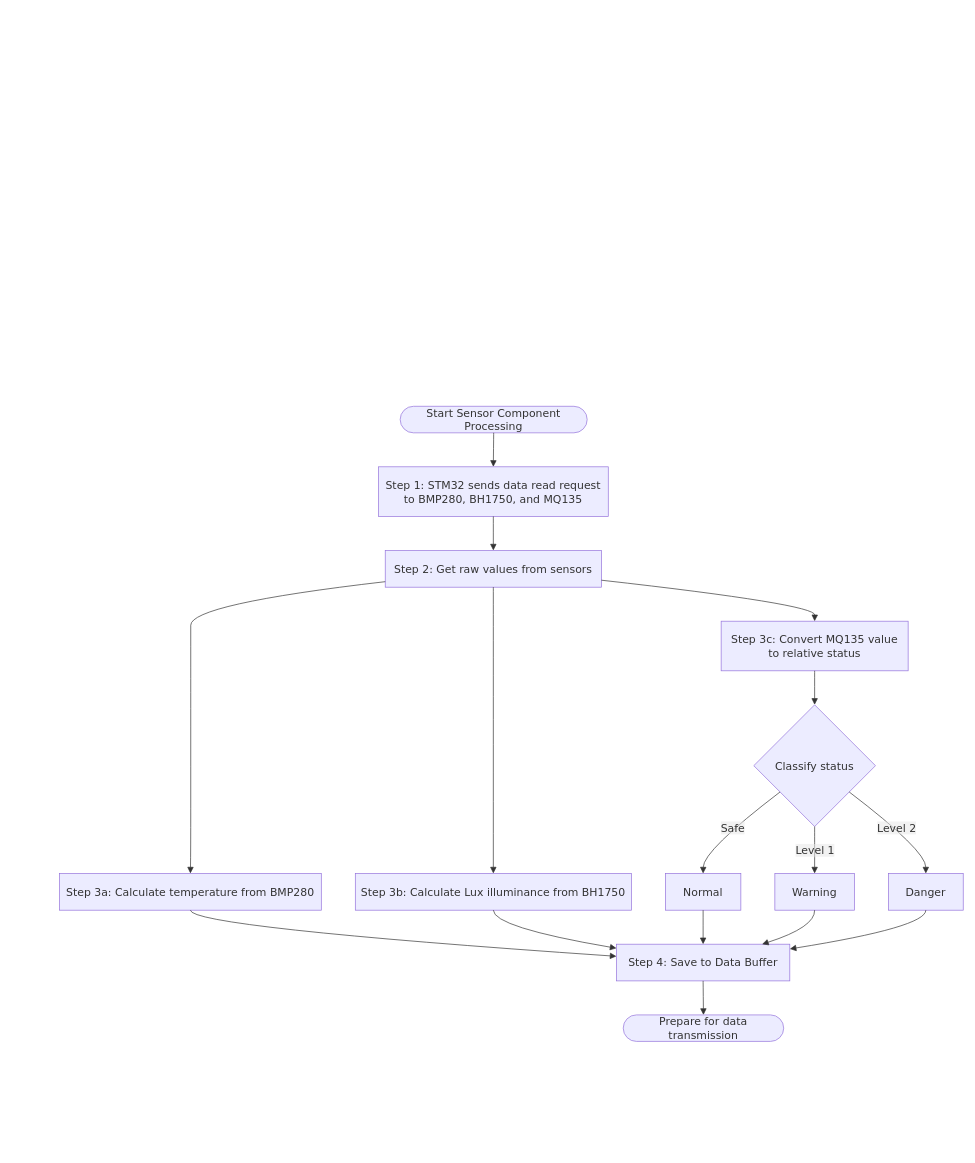
This is docs/architecture/stm32-module.drawio from jostran1406/Phase_2_Group_11, a draw.io file, before an edit. Source tidied: cells renumbered, new cells numbered last; positions are measured from the earlier drawing's top-left corner, leaving out a move shared by most shapes. Both pictures are drawn from the tidied source at 68%, with x=0, y=0 at pixel (12, 12).
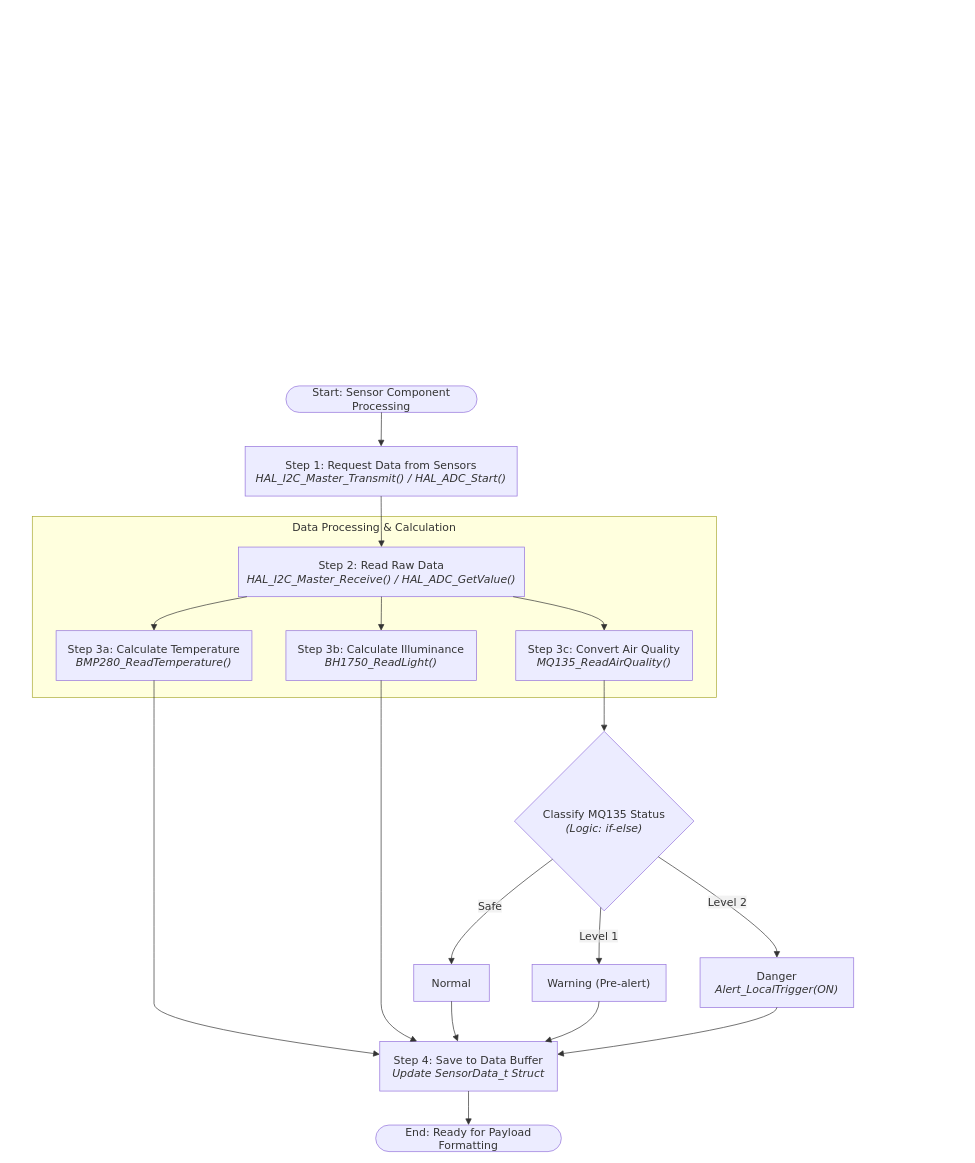
Above is the later version.

The change refers to these unchanged cells:
```xml
<mxCell id="2" style="group;transparentBounds=1;editIcon=1;lockedGroup=0;groupPadding=10;" parent="1" vertex="1">
  <mxGeometry as="geometry" />
</mxCell>
```

Change to the diagram source:
```diff
@@
-    <mxCell id="3" value="Start Sensor Component Processing" style="html=1;rounded=1;whiteSpace=wrap;arcSize=50;strokeWidth=1;fillColor=light-dark(#ECECFF,#1f2020);strokeColor=light-dark(#9370DB,#cccccc);fontColor=light-dark(#333333,#cccccc);fontFamily=Trebuchet MS,Verdana,Arial,sans-serif;fontSize=16;" parent="2" vertex="1">
-      <mxGeometry x="571" y="580" width="275" height="39" as="geometry" />
-    </mxCell>
-    <mxCell id="4" value="Step 1: STM32 sends data read request&#10;to BMP280, BH1750, and MQ135" style="html=1;whiteSpace=wrap;strokeWidth=1;fillColor=light-dark(#ECECFF,#1f2020);strokeColor=light-dark(#9370DB,#cccccc);fontColor=light-dark(#333333,#cccccc);fontFamily=Trebuchet MS,Verdana,Arial,sans-serif;fontSize=16;" parent="2" vertex="1">
-      <mxGeometry x="539" y="669" width="338" height="73" as="geometry" />
-    </mxCell>
-    <mxCell id="5" value="Step 2: Get raw values from sensors" style="html=1;whiteSpace=wrap;strokeWidth=1;fillColor=light-dark(#ECECFF,#1f2020);strokeColor=light-dark(#9370DB,#cccccc);fontColor=light-dark(#333333,#cccccc);fontFamily=Trebuchet MS,Verdana,Arial,sans-serif;fontSize=16;" parent="2" vertex="1">
-      <mxGeometry x="549" y="792" width="318" height="54" as="geometry" />
-    </mxCell>
-    <mxCell id="6" value="Step 3a: Calculate temperature from BMP280" style="html=1;whiteSpace=wrap;strokeWidth=1;fillColor=light-dark(#ECECFF,#1f2020);strokeColor=light-dark(#9370DB,#cccccc);fontColor=light-dark(#333333,#cccccc);fontFamily=Trebuchet MS,Verdana,Arial,sans-serif;fontSize=16;" parent="2" vertex="1">
-      <mxGeometry x="70" y="1267" width="385" height="54" as="geometry" />
-    </mxCell>
-    <mxCell id="7" value="Step 3b: Calculate Lux illuminance from BH1750" style="html=1;whiteSpace=wrap;strokeWidth=1;fillColor=light-dark(#ECECFF,#1f2020);strokeColor=light-dark(#9370DB,#cccccc);fontColor=light-dark(#333333,#cccccc);fontFamily=Trebuchet MS,Verdana,Arial,sans-serif;fontSize=16;" parent="2" vertex="1">
-      <mxGeometry x="505" y="1267" width="406" height="54" as="geometry" />
-    </mxCell>
-    <mxCell id="8" value="Step 3c: Convert MQ135 value&#10;to relative status" style="html=1;whiteSpace=wrap;strokeWidth=1;fillColor=light-dark(#ECECFF,#1f2020);strokeColor=light-dark(#9370DB,#cccccc);fontColor=light-dark(#333333,#cccccc);fontFamily=Trebuchet MS,Verdana,Arial,sans-serif;fontSize=16;" parent="2" vertex="1">
-      <mxGeometry x="1043" y="896" width="275" height="73" as="geometry" />
-    </mxCell>
-    <mxCell id="9" value="Classify status" style="rhombus;html=1;strokeWidth=1;whiteSpace=wrap;fillColor=light-dark(#ECECFF,#1f2020);strokeColor=light-dark(#9370DB,#cccccc);fontColor=light-dark(#333333,#cccccc);fontFamily=Trebuchet MS,Verdana,Arial,sans-serif;fontSize=16;" parent="2" vertex="1">
-      <mxGeometry x="1091" y="1019" width="179" height="179" as="geometry" />
-    </mxCell>
+    <mxCell id="30" value="Data Processing &amp; Calculation" style="html=1;whiteSpace=wrap;strokeWidth=1;verticalAlign=top;fillColor=light-dark(#ffffde,#1f2020);strokeColor=light-dark(#aaaa33,#cccccc);fontColor=light-dark(#333333,#cccccc);fontFamily=Trebuchet MS,Verdana,Arial,sans-serif;fontSize=16;" parent="2" vertex="1">
+      <mxGeometry x="30" y="742" width="1006" height="266" as="geometry" />
+    </mxCell>
+    <mxCell id="31" value="Step 2: Read Raw Data&#10;&lt;i&gt;HAL_I2C_Master_Receive() / HAL_ADC_GetValue()&lt;/i&gt;" style="html=1;whiteSpace=wrap;strokeWidth=1;fillColor=light-dark(#ECECFF,#1f2020);strokeColor=light-dark(#9370DB,#cccccc);fontColor=light-dark(#333333,#cccccc);fontFamily=Trebuchet MS,Verdana,Arial,sans-serif;fontSize=16;" parent="30" vertex="1">
+      <mxGeometry x="303" y="45" width="421" height="73" as="geometry" />
+    </mxCell>
+    <mxCell id="32" value="Step 3a: Calculate Temperature&#10;&lt;i&gt;BMP280_ReadTemperature()&lt;/i&gt;" style="html=1;whiteSpace=wrap;strokeWidth=1;fillColor=light-dark(#ECECFF,#1f2020);strokeColor=light-dark(#9370DB,#cccccc);fontColor=light-dark(#333333,#cccccc);fontFamily=Trebuchet MS,Verdana,Arial,sans-serif;fontSize=16;" parent="30" vertex="1">
+      <mxGeometry x="35" y="168" width="288" height="73" as="geometry" />
+    </mxCell>
+    <mxCell id="33" value="Step 3b: Calculate Illuminance&#10;&lt;i&gt;BH1750_ReadLight()&lt;/i&gt;" style="html=1;whiteSpace=wrap;strokeWidth=1;fillColor=light-dark(#ECECFF,#1f2020);strokeColor=light-dark(#9370DB,#cccccc);fontColor=light-dark(#333333,#cccccc);fontFamily=Trebuchet MS,Verdana,Arial,sans-serif;fontSize=16;" parent="30" vertex="1">
+      <mxGeometry x="373" y="168" width="280" height="73" as="geometry" />
+    </mxCell>
+    <mxCell id="34" value="Step 3c: Convert Air Quality&#10;&lt;i&gt;MQ135_ReadAirQuality()&lt;/i&gt;" style="html=1;whiteSpace=wrap;strokeWidth=1;fillColor=light-dark(#ECECFF,#1f2020);strokeColor=light-dark(#9370DB,#cccccc);fontColor=light-dark(#333333,#cccccc);fontFamily=Trebuchet MS,Verdana,Arial,sans-serif;fontSize=16;" parent="30" vertex="1">
+      <mxGeometry x="711" y="168" width="260" height="73" as="geometry" />
+    </mxCell>
+    <mxCell id="35" style="curved=1;startArrow=none;endArrow=block;endSize=7;strokeColor=light-dark(#333333,#cccccc);exitX=0.03;exitY=1;entryX=0.5;entryY=0;rounded=0;" parent="30" edge="1" source="31" target="32">
+      <mxGeometry relative="1" as="geometry">
+        <Array as="points">
+          <mxPoint x="179" y="143" />
+        </Array>
+      </mxGeometry>
+    </mxCell>
+    <mxCell id="36" style="curved=1;startArrow=none;endArrow=block;endSize=7;strokeColor=light-dark(#333333,#cccccc);exitX=0.5;exitY=1;entryX=0.5;entryY=0;rounded=0;" parent="30" edge="1" source="31" target="33">
+      <mxGeometry relative="1" as="geometry" />
+    </mxCell>
+    <mxCell id="37" style="curved=1;startArrow=none;endArrow=block;endSize=7;strokeColor=light-dark(#333333,#cccccc);exitX=0.96;exitY=1;entryX=0.5;entryY=0;rounded=0;" parent="30" edge="1" source="31" target="34">
+      <mxGeometry relative="1" as="geometry">
+        <Array as="points">
+          <mxPoint x="841" y="143" />
+        </Array>
+      </mxGeometry>
+    </mxCell>
+    <mxCell id="38" value="Start: Sensor Component Processing" style="html=1;rounded=1;whiteSpace=wrap;arcSize=50;strokeWidth=1;fillColor=light-dark(#ECECFF,#1f2020);strokeColor=light-dark(#9370DB,#cccccc);fontColor=light-dark(#333333,#cccccc);fontFamily=Trebuchet MS,Verdana,Arial,sans-serif;fontSize=16;" parent="2" vertex="1">
+      <mxGeometry x="403" y="550" width="281" height="39" as="geometry" />
+    </mxCell>
+    <mxCell id="39" value="Step 1: Request Data from Sensors&#10;&lt;i&gt;HAL_I2C_Master_Transmit() / HAL_ADC_Start()&lt;/i&gt;" style="html=1;whiteSpace=wrap;strokeWidth=1;fillColor=light-dark(#ECECFF,#1f2020);strokeColor=light-dark(#9370DB,#cccccc);fontColor=light-dark(#333333,#cccccc);fontFamily=Trebuchet MS,Verdana,Arial,sans-serif;fontSize=16;" parent="2" vertex="1">
+      <mxGeometry x="343" y="639" width="400" height="73" as="geometry" />
+    </mxCell>
+    <mxCell id="40" value="Classify MQ135 Status&#10;&lt;i&gt;(Logic: if-else)&lt;/i&gt;" style="rhombus;html=1;strokeWidth=1;whiteSpace=wrap;fillColor=light-dark(#ECECFF,#1f2020);strokeColor=light-dark(#9370DB,#cccccc);fontColor=light-dark(#333333,#cccccc);fontFamily=Trebuchet MS,Verdana,Arial,sans-serif;fontSize=16;" parent="2" vertex="1">
+      <mxGeometry x="739" y="1058" width="264" height="264" as="geometry" />
+    </mxCell>
     <mxCell id="10" value="Normal" style="html=1;whiteSpace=wrap;strokeWidth=1;fillColor=light-dark(#ECECFF,#1f2020);strokeColor=light-dark(#9370DB,#cccccc);fontColor=light-dark(#333333,#cccccc);fontFamily=Trebuchet MS,Verdana,Arial,sans-serif;fontSize=16;" parent="2" vertex="1">
-      <mxGeometry x="961" y="1267" width="111" height="54" as="geometry" />
+      <mxGeometry x="591" y="1401" width="111" height="54" as="geometry" />
     </mxCell>
-    <mxCell id="11" value="Warning" style="html=1;whiteSpace=wrap;strokeWidth=1;fillColor=light-dark(#ECECFF,#1f2020);strokeColor=light-dark(#9370DB,#cccccc);fontColor=light-dark(#333333,#cccccc);fontFamily=Trebuchet MS,Verdana,Arial,sans-serif;fontSize=16;" parent="2" vertex="1">
-      <mxGeometry x="1122" y="1267" width="117" height="54" as="geometry" />
-    </mxCell>
-    <mxCell id="12" value="Danger" style="html=1;whiteSpace=wrap;strokeWidth=1;fillColor=light-dark(#ECECFF,#1f2020);strokeColor=light-dark(#9370DB,#cccccc);fontColor=light-dark(#333333,#cccccc);fontFamily=Trebuchet MS,Verdana,Arial,sans-serif;fontSize=16;" parent="2" vertex="1">
-      <mxGeometry x="1289" y="1267" width="110" height="54" as="geometry" />
-    </mxCell>
-    <mxCell id="13" value="Step 4: Save to Data Buffer" style="html=1;whiteSpace=wrap;strokeWidth=1;fillColor=light-dark(#ECECFF,#1f2020);strokeColor=light-dark(#9370DB,#cccccc);fontColor=light-dark(#333333,#cccccc);fontFamily=Trebuchet MS,Verdana,Arial,sans-serif;fontSize=16;" parent="2" vertex="1">
-      <mxGeometry x="889" y="1371" width="255" height="54" as="geometry" />
-    </mxCell>
-    <mxCell id="14" value="Prepare for data transmission" style="html=1;rounded=1;whiteSpace=wrap;arcSize=50;strokeWidth=1;fillColor=light-dark(#ECECFF,#1f2020);strokeColor=light-dark(#9370DB,#cccccc);fontColor=light-dark(#333333,#cccccc);fontFamily=Trebuchet MS,Verdana,Arial,sans-serif;fontSize=16;" parent="2" vertex="1">
-      <mxGeometry x="899" y="1475" width="236" height="39" as="geometry" />
-    </mxCell>
-    <mxCell id="15" style="curved=1;startArrow=none;endArrow=block;endSize=7;strokeColor=light-dark(#333333,#cccccc);exitX=0.5;exitY=1;entryX=0.5;entryY=0;rounded=0;" parent="2" edge="1" source="3" target="4">
-      <mxGeometry relative="1" as="geometry" />
-    </mxCell>
-    <mxCell id="16" style="curved=1;startArrow=none;endArrow=block;endSize=7;strokeColor=light-dark(#333333,#cccccc);exitX=0.5;exitY=1;entryX=0.5;entryY=0;rounded=0;" parent="2" edge="1" source="4" target="5">
-      <mxGeometry relative="1" as="geometry" />
-    </mxCell>
-    <mxCell id="17" style="curved=1;startArrow=none;endArrow=block;endSize=7;strokeColor=light-dark(#333333,#cccccc);exitX=0;exitY=0.85;entryX=0.5;entryY=0;rounded=0;" parent="2" edge="1" source="5" target="6">
-      <mxGeometry relative="1" as="geometry">
-        <Array as="points">
-          <mxPoint x="263" y="871" />
-          <mxPoint x="263" y="933" />
-          <mxPoint x="263" y="994" />
-          <mxPoint x="263" y="1109" />
-          <mxPoint x="263" y="1233" />
-        </Array>
-      </mxGeometry>
-    </mxCell>
-    <mxCell id="18" style="curved=1;startArrow=none;endArrow=block;endSize=7;strokeColor=light-dark(#333333,#cccccc);exitX=0.5;exitY=1;entryX=0.5;entryY=0;rounded=0;" parent="2" edge="1" source="5" target="7">
-      <mxGeometry relative="1" as="geometry" />
-    </mxCell>
-    <mxCell id="19" style="curved=1;startArrow=none;endArrow=block;endSize=7;strokeColor=light-dark(#333333,#cccccc);exitX=1;exitY=0.81;entryX=0.5;entryY=0;rounded=0;" parent="2" edge="1" source="5" target="8">
-      <mxGeometry relative="1" as="geometry">
-        <Array as="points">
-          <mxPoint x="1181" y="871" />
-        </Array>
-      </mxGeometry>
-    </mxCell>
-    <mxCell id="20" style="curved=1;startArrow=none;endArrow=block;endSize=7;strokeColor=light-dark(#333333,#cccccc);exitX=0.5;exitY=1;entryX=0.5;entryY=0;rounded=0;" parent="2" edge="1" source="8" target="9">
-      <mxGeometry relative="1" as="geometry" />
-    </mxCell>
+    <mxCell id="41" value="Warning (Pre-alert)" style="html=1;whiteSpace=wrap;strokeWidth=1;fillColor=light-dark(#ECECFF,#1f2020);strokeColor=light-dark(#9370DB,#cccccc);fontColor=light-dark(#333333,#cccccc);fontFamily=Trebuchet MS,Verdana,Arial,sans-serif;fontSize=16;" parent="2" vertex="1">
+      <mxGeometry x="765" y="1401" width="197" height="54" as="geometry" />
+    </mxCell>
+    <mxCell id="42" value="Danger&#10;&lt;i&gt;Alert_LocalTrigger(ON)&lt;/i&gt;" style="html=1;whiteSpace=wrap;strokeWidth=1;fillColor=light-dark(#ECECFF,#1f2020);strokeColor=light-dark(#9370DB,#cccccc);fontColor=light-dark(#333333,#cccccc);fontFamily=Trebuchet MS,Verdana,Arial,sans-serif;fontSize=16;" parent="2" vertex="1">
+      <mxGeometry x="1012" y="1391" width="226" height="73" as="geometry" />
+    </mxCell>
+    <mxCell id="43" value="Step 4: Save to Data Buffer&#10;&lt;i&gt;Update SensorData_t Struct&lt;/i&gt;" style="html=1;whiteSpace=wrap;strokeWidth=1;fillColor=light-dark(#ECECFF,#1f2020);strokeColor=light-dark(#9370DB,#cccccc);fontColor=light-dark(#333333,#cccccc);fontFamily=Trebuchet MS,Verdana,Arial,sans-serif;fontSize=16;" parent="2" vertex="1">
+      <mxGeometry x="541" y="1514" width="261" height="73" as="geometry" />
+    </mxCell>
+    <mxCell id="44" value="End: Ready for Payload Formatting" style="html=1;rounded=1;whiteSpace=wrap;arcSize=50;strokeWidth=1;fillColor=light-dark(#ECECFF,#1f2020);strokeColor=light-dark(#9370DB,#cccccc);fontColor=light-dark(#333333,#cccccc);fontFamily=Trebuchet MS,Verdana,Arial,sans-serif;fontSize=16;" parent="2" vertex="1">
+      <mxGeometry x="535" y="1637" width="273" height="39" as="geometry" />
+    </mxCell>
+    <mxCell id="45" style="curved=1;startArrow=none;endArrow=block;endSize=7;strokeColor=light-dark(#333333,#cccccc);exitX=0.5;exitY=1;entryX=0.5;entryY=0;rounded=0;" parent="2" edge="1" source="38" target="39">
+      <mxGeometry relative="1" as="geometry" />
+    </mxCell>
+    <mxCell id="46" style="curved=1;startArrow=none;endArrow=block;endSize=7;strokeColor=light-dark(#333333,#cccccc);exitX=0.5;exitY=1;entryX=0.5;entryY=0;rounded=0;" parent="2" edge="1" source="39" target="31">
+      <mxGeometry relative="1" as="geometry" />
+    </mxCell>
+    <mxCell id="47" style="curved=1;startArrow=none;endArrow=block;endSize=7;strokeColor=light-dark(#333333,#cccccc);exitX=0.5;exitY=1;entryX=0.5;entryY=0;rounded=0;" parent="2" edge="1" source="34" target="40">
+      <mxGeometry relative="1" as="geometry" />
+    </mxCell>
-    <mxCell id="21" value="Safe" style="curved=1;startArrow=none;endArrow=block;endSize=7;strokeColor=light-dark(#333333,#cccccc);html=1;fontSize=16;labelBackgroundColor=light-dark(#E8E8E88D,#2a2a2a8D);fontFamily=Trebuchet MS,Verdana,Arial,sans-serif;fontColor=light-dark(#333333,#cccccc);exitX=0;exitY=0.88;entryX=0.5;entryY=0;rounded=0;" parent="2" edge="1" source="9" target="10">
+    <mxCell id="21" value="Safe" style="curved=1;startArrow=none;endArrow=block;endSize=7;strokeColor=light-dark(#333333,#cccccc);html=1;fontSize=16;labelBackgroundColor=light-dark(#E8E8E88D,#2a2a2a8D);fontFamily=Trebuchet MS,Verdana,Arial,sans-serif;fontColor=light-dark(#333333,#cccccc);exitX=0;exitY=0.87;entryX=0.5;entryY=0;rounded=0;" parent="2" edge="1" source="40" target="10">
       <mxGeometry relative="1" as="geometry">
         <Array as="points">
-          <mxPoint x="1017" y="1233" />
+          <mxPoint x="646" y="1357" />
         </Array>
       </mxGeometry>
     </mxCell>
-    <mxCell id="22" value="Level 1" style="curved=1;startArrow=none;endArrow=block;endSize=7;strokeColor=light-dark(#333333,#cccccc);html=1;fontSize=16;labelBackgroundColor=light-dark(#E8E8E88D,#2a2a2a8D);fontFamily=Trebuchet MS,Verdana,Arial,sans-serif;fontColor=light-dark(#333333,#cccccc);exitX=0.5;exitY=1;entryX=0.5;entryY=0;rounded=0;" parent="2" edge="1" source="9" target="11">
-      <mxGeometry relative="1" as="geometry" />
+    <mxCell id="22" value="Level 1" style="curved=1;startArrow=none;endArrow=block;endSize=7;strokeColor=light-dark(#333333,#cccccc);html=1;fontSize=16;labelBackgroundColor=light-dark(#E8E8E88D,#2a2a2a8D);fontFamily=Trebuchet MS,Verdana,Arial,sans-serif;fontColor=light-dark(#333333,#cccccc);exitX=0.48;exitY=1;entryX=0.5;entryY=0;rounded=0;" parent="2" edge="1" source="40" target="41">
+      <mxGeometry relative="1" as="geometry">
+        <Array as="points">
+          <mxPoint x="863" y="1357" />
+        </Array>
+      </mxGeometry>
     </mxCell>
-    <mxCell id="23" value="Level 2" style="curved=1;startArrow=none;endArrow=block;endSize=7;strokeColor=light-dark(#333333,#cccccc);html=1;fontSize=16;labelBackgroundColor=light-dark(#E8E8E88D,#2a2a2a8D);fontFamily=Trebuchet MS,Verdana,Arial,sans-serif;fontColor=light-dark(#333333,#cccccc);exitX=1;exitY=0.88;entryX=0.5;entryY=0;rounded=0;" parent="2" edge="1" source="9" target="12">
+    <mxCell id="23" value="Level 2" style="curved=1;startArrow=none;endArrow=block;endSize=7;strokeColor=light-dark(#333333,#cccccc);html=1;fontSize=16;labelBackgroundColor=light-dark(#E8E8E88D,#2a2a2a8D);fontFamily=Trebuchet MS,Verdana,Arial,sans-serif;fontColor=light-dark(#333333,#cccccc);exitX=1;exitY=0.83;entryX=0.5;entryY=0;rounded=0;" parent="2" edge="1" source="40" target="42">
       <mxGeometry relative="1" as="geometry">
         <Array as="points">
-          <mxPoint x="1344" y="1233" />
+          <mxPoint x="1125" y="1357" />
         </Array>
       </mxGeometry>
     </mxCell>
-    <mxCell id="24" style="curved=1;startArrow=none;endArrow=block;endSize=7;strokeColor=light-dark(#333333,#cccccc);exitX=0.5;exitY=1;entryX=0;entryY=0.33;rounded=0;" parent="2" edge="1" source="6" target="13">
-      <mxGeometry relative="1" as="geometry">
-        <Array as="points">
-          <mxPoint x="263" y="1346" />
-        </Array>
-      </mxGeometry>
-    </mxCell>
-    <mxCell id="25" style="curved=1;startArrow=none;endArrow=block;endSize=7;strokeColor=light-dark(#333333,#cccccc);exitX=0.5;exitY=1;entryX=0;entryY=0.11;rounded=0;" parent="2" edge="1" source="7" target="13">
-      <mxGeometry relative="1" as="geometry">
-        <Array as="points">
-          <mxPoint x="708" y="1346" />
-        </Array>
-      </mxGeometry>
-    </mxCell>
-    <mxCell id="26" style="curved=1;startArrow=none;endArrow=block;endSize=7;strokeColor=light-dark(#333333,#cccccc);exitX=0.5;exitY=1;entryX=0.5;entryY=0;rounded=0;" parent="2" edge="1" source="10" target="13">
-      <mxGeometry relative="1" as="geometry" />
-    </mxCell>
-    <mxCell id="27" style="curved=1;startArrow=none;endArrow=block;endSize=7;strokeColor=light-dark(#333333,#cccccc);exitX=0.5;exitY=1;entryX=0.84;entryY=0;rounded=0;" parent="2" edge="1" source="11" target="13">
-      <mxGeometry relative="1" as="geometry">
-        <Array as="points">
-          <mxPoint x="1181" y="1346" />
-        </Array>
-      </mxGeometry>
-    </mxCell>
-    <mxCell id="28" style="curved=1;startArrow=none;endArrow=block;endSize=7;strokeColor=light-dark(#333333,#cccccc);exitX=0.5;exitY=1;entryX=1;entryY=0.13;rounded=0;" parent="2" edge="1" source="12" target="13">
-      <mxGeometry relative="1" as="geometry">
-        <Array as="points">
-          <mxPoint x="1344" y="1346" />
-        </Array>
-      </mxGeometry>
-    </mxCell>
-    <mxCell id="29" style="curved=1;startArrow=none;endArrow=block;endSize=7;strokeColor=light-dark(#333333,#cccccc);exitX=0.5;exitY=1;entryX=0.5;entryY=0;rounded=0;" parent="2" edge="1" source="13" target="14">
-      <mxGeometry relative="1" as="geometry" />
-    </mxCell>
+    <mxCell id="48" style="curved=1;startArrow=none;endArrow=block;endSize=7;strokeColor=light-dark(#333333,#cccccc);exitX=0.5;exitY=1;entryX=0;entryY=0.26;rounded=0;" parent="2" edge="1" source="32" target="43">
+      <mxGeometry relative="1" as="geometry">
+        <Array as="points">
+          <mxPoint x="209" y="1008" />
+          <mxPoint x="209" y="1033" />
+          <mxPoint x="209" y="1190" />
+          <mxPoint x="209" y="1357" />
+          <mxPoint x="209" y="1428" />
+          <mxPoint x="209" y="1489" />
+        </Array>
+      </mxGeometry>
+    </mxCell>
+    <mxCell id="49" style="curved=1;startArrow=none;endArrow=block;endSize=7;strokeColor=light-dark(#333333,#cccccc);exitX=0.5;exitY=1;entryX=0.21;entryY=0;rounded=0;" parent="2" edge="1" source="33" target="43">
+      <mxGeometry relative="1" as="geometry">
+        <Array as="points">
+          <mxPoint x="543" y="1008" />
+          <mxPoint x="543" y="1033" />
+          <mxPoint x="543" y="1190" />
+          <mxPoint x="543" y="1357" />
+          <mxPoint x="543" y="1428" />
+          <mxPoint x="543" y="1489" />
+        </Array>
+      </mxGeometry>
+    </mxCell>
+    <mxCell id="50" style="curved=1;startArrow=none;endArrow=block;endSize=7;strokeColor=light-dark(#333333,#cccccc);exitX=0.5;exitY=1;entryX=0.44;entryY=0;rounded=0;" parent="2" edge="1" source="10" target="43">
+      <mxGeometry relative="1" as="geometry">
+        <Array as="points">
+          <mxPoint x="646" y="1489" />
+        </Array>
+      </mxGeometry>
+    </mxCell>
+    <mxCell id="51" style="curved=1;startArrow=none;endArrow=block;endSize=7;strokeColor=light-dark(#333333,#cccccc);exitX=0.5;exitY=1;entryX=0.93;entryY=0;rounded=0;" parent="2" edge="1" source="41" target="43">
+      <mxGeometry relative="1" as="geometry">
+        <Array as="points">
+          <mxPoint x="863" y="1489" />
+        </Array>
+      </mxGeometry>
+    </mxCell>
+    <mxCell id="52" style="curved=1;startArrow=none;endArrow=block;endSize=7;strokeColor=light-dark(#333333,#cccccc);exitX=0.5;exitY=1;entryX=1;entryY=0.26;rounded=0;" parent="2" edge="1" source="42" target="43">
+      <mxGeometry relative="1" as="geometry">
+        <Array as="points">
+          <mxPoint x="1125" y="1489" />
+        </Array>
+      </mxGeometry>
+    </mxCell>
+    <mxCell id="53" style="curved=1;startArrow=none;endArrow=block;endSize=7;strokeColor=light-dark(#333333,#cccccc);exitX=0.5;exitY=1;entryX=0.5;entryY=0;rounded=0;" parent="2" edge="1" source="43" target="44">
+      <mxGeometry relative="1" as="geometry" />
+    </mxCell>
```
